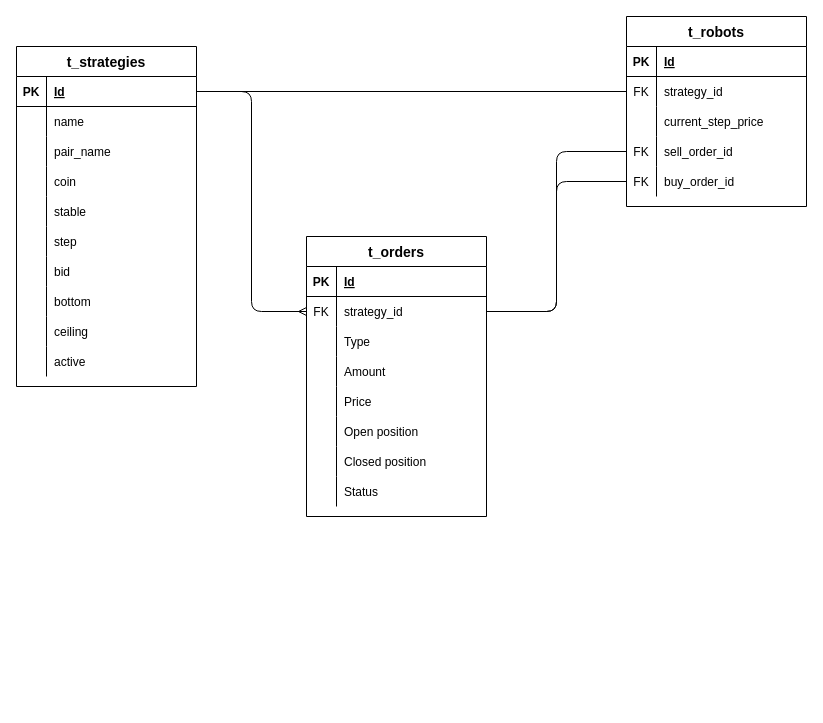
This is docs/db_schema.drawio from ArkadyBuryakov/Volatobot, a draw.io file, before an edit. Source tidied: cells renumbered, new cells numbered last; positions are measured from the earlier drawing's top-left corner, leaving out a move shared by most shapes. Both pictures are drawn from the tidied source at 100%, with x=0, y=0 at pixel (16, 16).
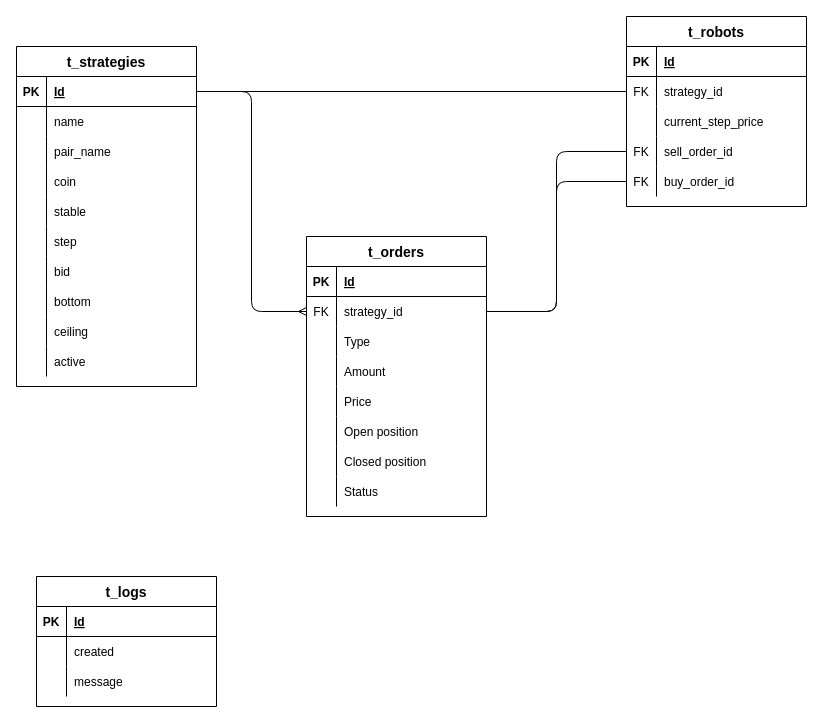
After the change.

What changed in the source:
```diff
@@
+    <mxCell id="78" value="t_logs" style="shape=table;startSize=30;childLayout=tableLayout;rowLines=0;fontStyle=1;align=center;fillColor=none;fontSize=14;noLabel=0;" parent="1" vertex="1">
+      <mxGeometry x="20" y="560" width="180" height="130" as="geometry" />
+    </mxCell>
+    <mxCell id="79" style="shape=partialRectangle;fillColor=none;top=0;left=0;bottom=1;right=0;" parent="78" vertex="1">
+      <mxGeometry y="30" width="180" height="30" as="geometry" />
+    </mxCell>
+    <mxCell id="80" value="PK" style="shape=partialRectangle;fillColor=none;top=0;left=0;bottom=0;right=0;fontStyle=1;overflow=hidden;" parent="79" vertex="1">
+      <mxGeometry width="30" height="30" as="geometry" />
+    </mxCell>
+    <mxCell id="81" value="Id" style="shape=partialRectangle;fillColor=none;top=0;left=0;bottom=0;right=0;align=left;spacingLeft=6;fontStyle=5;overflow=hidden;" parent="79" vertex="1">
+      <mxGeometry x="30" width="150" height="30" as="geometry" />
+    </mxCell>
+    <mxCell id="82" style="shape=partialRectangle;fillColor=none;top=0;left=0;bottom=0;right=0;" parent="78" vertex="1">
+      <mxGeometry y="60" width="180" height="30" as="geometry" />
+    </mxCell>
+    <mxCell id="83" style="shape=partialRectangle;fillColor=none;top=0;left=0;bottom=0;right=0;overflow=hidden;" parent="82" vertex="1">
+      <mxGeometry width="30" height="30" as="geometry" />
+    </mxCell>
+    <mxCell id="84" value="created" style="shape=partialRectangle;fillColor=none;top=0;left=0;bottom=0;right=0;align=left;spacingLeft=6;overflow=hidden;" parent="82" vertex="1">
+      <mxGeometry x="30" width="150" height="30" as="geometry" />
+    </mxCell>
+    <mxCell id="85" style="shape=partialRectangle;fillColor=none;top=0;left=0;bottom=0;right=0;" parent="78" vertex="1">
+      <mxGeometry y="90" width="180" height="30" as="geometry" />
+    </mxCell>
+    <mxCell id="86" style="shape=partialRectangle;fillColor=none;top=0;left=0;bottom=0;right=0;overflow=hidden;" parent="85" vertex="1">
+      <mxGeometry width="30" height="30" as="geometry" />
+    </mxCell>
+    <mxCell id="87" value="message" style="shape=partialRectangle;fillColor=none;top=0;left=0;bottom=0;right=0;align=left;spacingLeft=6;overflow=hidden;" parent="85" vertex="1">
+      <mxGeometry x="30" width="150" height="30" as="geometry" />
+    </mxCell>
```
